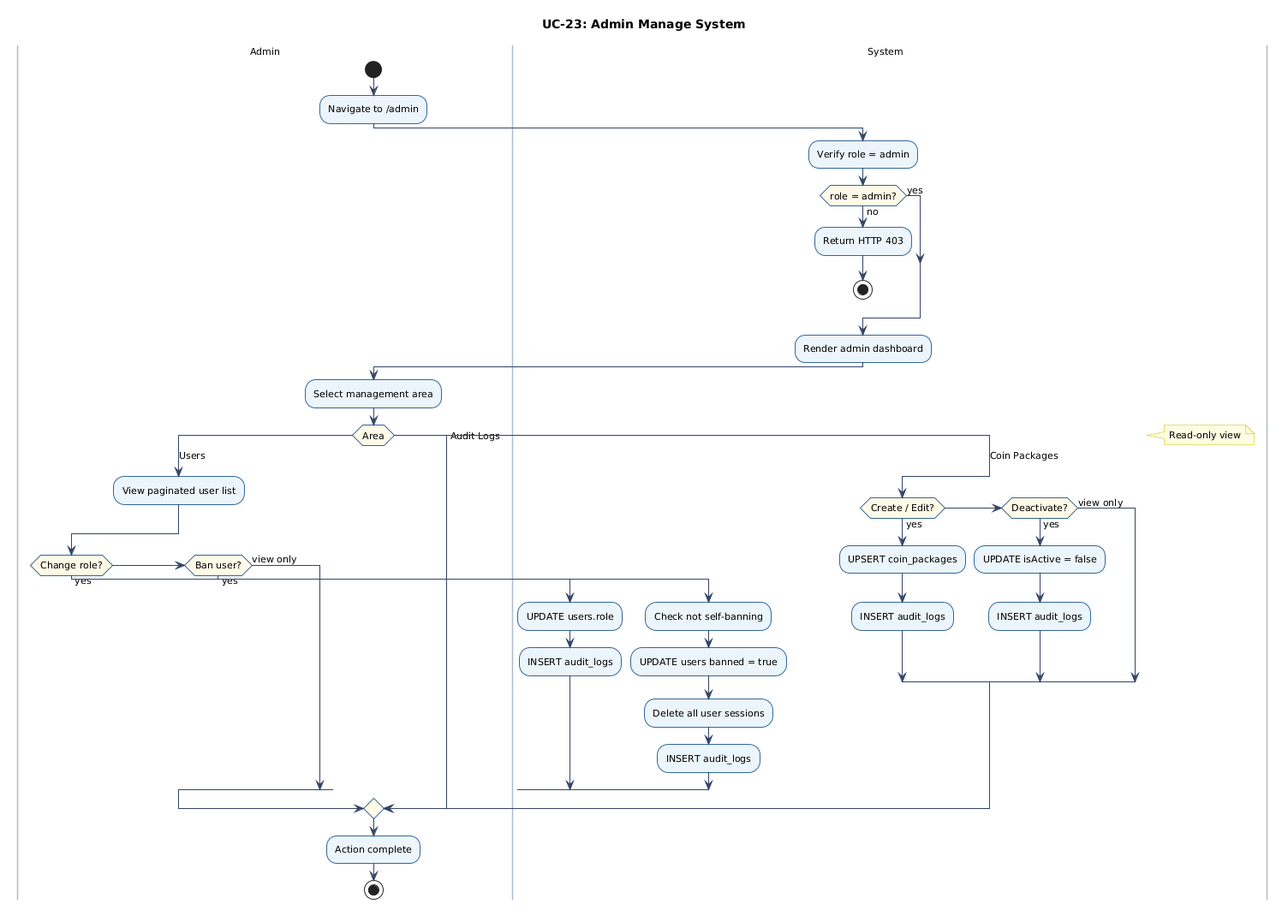
Before: docs/figures/uc-23-activity.png, a diagram exported from PlantUML (chinhbmt122/Software-Architecture).
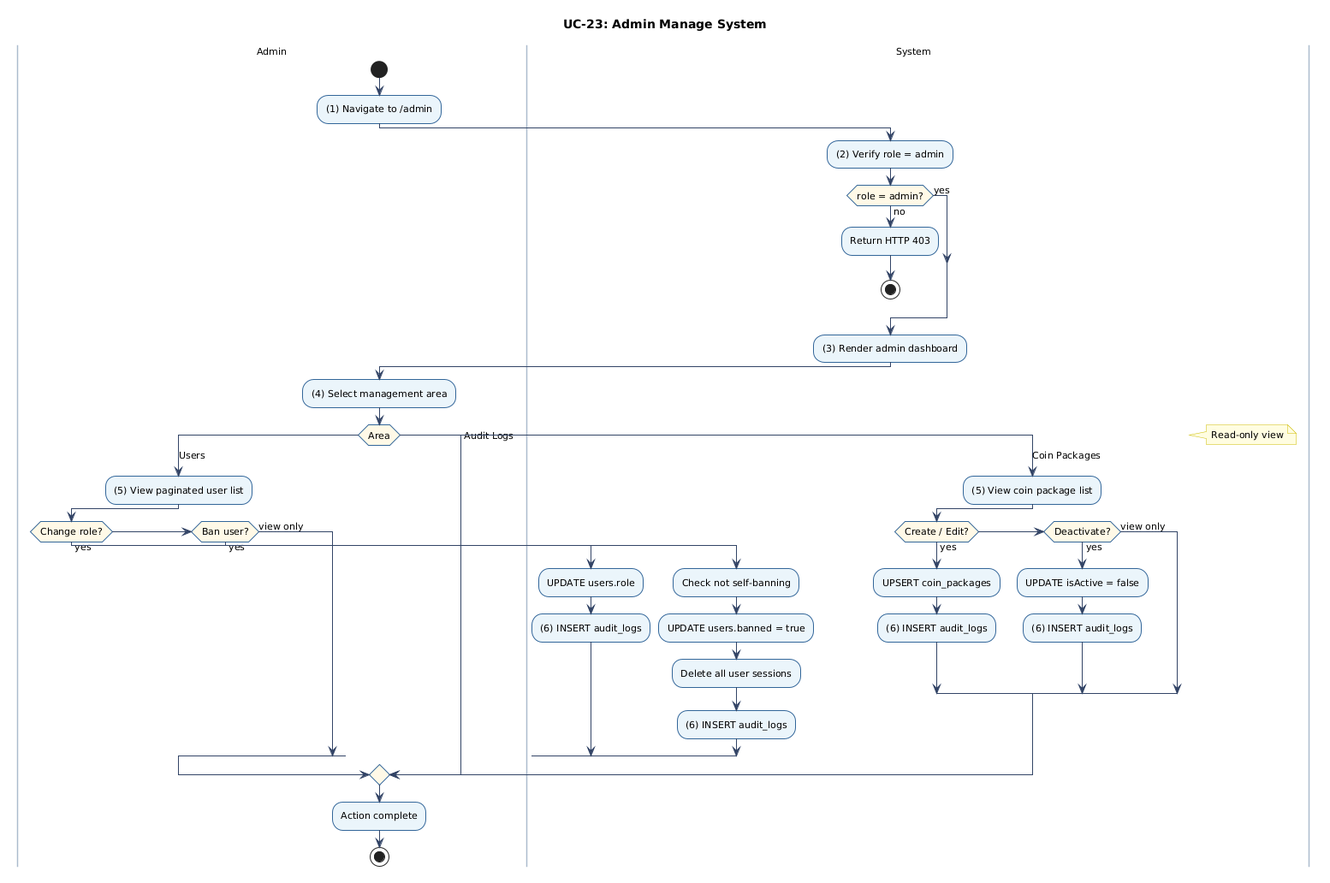
The same file after the commit.

Diff of the diagram source:
```diff
@@ -15,39 +15,40 @@
 title UC-23: Admin Manage System
 |Admin|
 start
-:Navigate to /admin;
+:(1) Navigate to /admin;
 |System|
-:Verify role = admin;
+:(2) Verify role = admin;
 if (role = admin?) then (no)
   :Return HTTP 403;
   stop
 else (yes)
 endif
-:Render admin dashboard;
+:(3) Render admin dashboard;
 |Admin|
-:Select management area;
+:(4) Select management area;
 switch (Area)
 case (Users)
-  :View paginated user list;
+  :(5) View paginated user list;
   if (Change role?) then (yes)
     |System|
     :UPDATE users.role;
-    :INSERT audit_logs;
+    :(6) INSERT audit_logs;
   else if (Ban user?) then (yes)
     :Check not self-banning;
-    :UPDATE users banned = true;
+    :UPDATE users.banned = true;
     :Delete all user sessions;
-    :INSERT audit_logs;
+    :(6) INSERT audit_logs;
   else (view only)
   endif
 case (Coin Packages)
+  :(5) View coin package list;
   if (Create / Edit?) then (yes)
     |System|
     :UPSERT coin_packages;
-    :INSERT audit_logs;
+    :(6) INSERT audit_logs;
   else if (Deactivate?) then (yes)
     :UPDATE isActive = false;
-    :INSERT audit_logs;
+    :(6) INSERT audit_logs;
   else (view only)
   endif
 case (Audit Logs)
```
